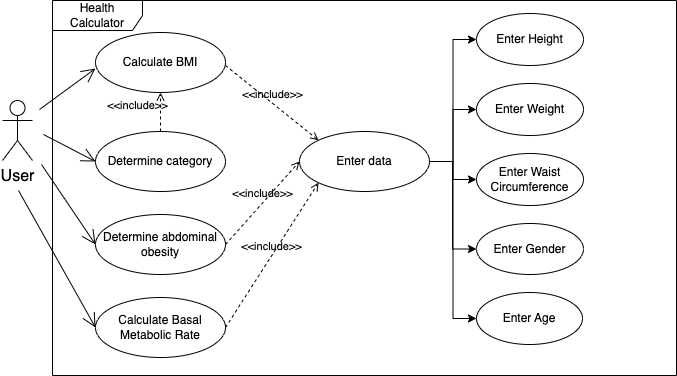
This is Doc/CasosDeUso.png from susanfg/bmicalc, a draw.io export, as it was before one commit. Source tidied: cells renumbered, new cells last; positions are measured from the earlier drawing's top-left corner, leaving out a move shared by most shapes.
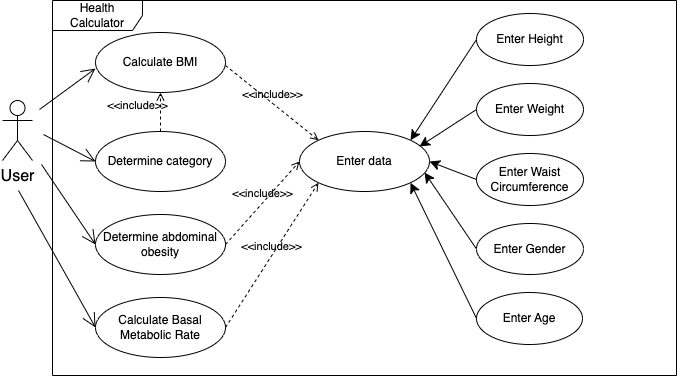
After the commit.

The edit, as a diff of the source:
```diff
@@ -38,15 +38,24 @@
         <mxPoint x="223" y="65" as="sourcePoint" />
       </mxGeometry>
     </mxCell>
+    <mxCell id="27" style="edgeStyle=none;curved=1;rounded=0;jettySize=auto;html=1;exitX=0;exitY=0.5;exitDx=0;exitDy=0;entryX=1;entryY=0;entryDx=0;entryDy=0;fontSize=12;startSize=8;endSize=8;" parent="1" edge="1" source="11" target="26">
+      <mxGeometry relative="1" as="geometry" />
+    </mxCell>
     <mxCell id="11" value="Enter Height" style="ellipse;whiteSpace=wrap;html=1;" parent="1" vertex="1">
       <mxGeometry x="474" y="13" width="107" height="52" as="geometry" />
     </mxCell>
+    <mxCell id="28" style="edgeStyle=none;curved=1;rounded=0;jettySize=auto;html=1;exitX=0;exitY=0.5;exitDx=0;exitDy=0;entryX=1;entryY=0.5;entryDx=0;entryDy=0;fontSize=12;startSize=8;endSize=8;" parent="1" edge="1" source="12" target="26">
+      <mxGeometry relative="1" as="geometry" />
+    </mxCell>
     <mxCell id="12" value="Enter Waist Circumference" style="ellipse;whiteSpace=wrap;html=1;" parent="1" vertex="1">
       <mxGeometry x="474" y="153" width="107" height="52" as="geometry" />
     </mxCell>
     <mxCell id="13" value="&amp;lt;&amp;lt;include&amp;gt;&amp;gt;" style="html=1;verticalAlign=bottom;labelBackgroundColor=none;endArrow=open;endFill=0;dashed=1;rounded=0;exitX=1;exitY=0.5;exitDx=0;exitDy=0;entryX=0;entryY=0.5;entryDx=0;entryDy=0;" parent="1" edge="1" source="5" target="26">
       <mxGeometry relative="1" as="geometry" />
     </mxCell>
+    <mxCell id="29" style="edgeStyle=none;curved=1;rounded=0;jettySize=auto;html=1;exitX=0;exitY=0.5;exitDx=0;exitDy=0;entryX=0.962;entryY=0.683;entryDx=0;entryDy=0;entryPerimeter=0;fontSize=12;startSize=8;endSize=8;" parent="1" edge="1" source="14" target="26">
+      <mxGeometry relative="1" as="geometry" />
+    </mxCell>
     <mxCell id="14" value="Enter Gender" style="ellipse;whiteSpace=wrap;html=1;" parent="1" vertex="1">
       <mxGeometry x="474" y="223" width="107" height="51" as="geometry" />
     </mxCell>
@@ -56,6 +65,9 @@
     <mxCell id="16" value="&amp;lt;&amp;lt;include&amp;gt;&amp;gt;" style="html=1;verticalAlign=bottom;labelBackgroundColor=none;endArrow=open;endFill=0;dashed=1;rounded=0;exitX=1;exitY=0.5;exitDx=0;exitDy=0;entryX=0;entryY=1;entryDx=0;entryDy=0;" parent="1" edge="1" source="15" target="26">
       <mxGeometry relative="1" as="geometry" />
     </mxCell>
+    <mxCell id="30" style="edgeStyle=none;curved=1;rounded=0;jettySize=auto;html=1;exitX=0;exitY=0.5;exitDx=0;exitDy=0;entryX=1;entryY=1;entryDx=0;entryDy=0;fontSize=12;startSize=8;endSize=8;" parent="1" edge="1" source="17" target="26">
+      <mxGeometry relative="1" as="geometry" />
+    </mxCell>
     <mxCell id="17" value="Enter Age" style="ellipse;whiteSpace=wrap;html=1;" parent="1" vertex="1">
       <mxGeometry x="474" y="292" width="106" height="52" as="geometry" />
     </mxCell>
@@ -67,29 +79,12 @@
     <mxCell id="19" value="&amp;lt;&amp;lt;include&amp;gt;&amp;gt;" style="html=1;verticalAlign=bottom;labelBackgroundColor=none;endArrow=open;endFill=0;dashed=1;rounded=0;exitX=0.5;exitY=0;exitDx=0;exitDy=0;entryX=0.5;entryY=1;entryDx=0;entryDy=0;" parent="1" edge="1" source="4" target="3">
       <mxGeometry x="-0.11" y="23" relative="1" as="geometry" />
     </mxCell>
+    <mxCell id="31" style="edgeStyle=none;curved=1;rounded=0;jettySize=auto;html=1;exitX=0;exitY=0.5;exitDx=0;exitDy=0;entryX=0.923;entryY=0.25;entryDx=0;entryDy=0;entryPerimeter=0;fontSize=12;startSize=8;endSize=8;" parent="1" edge="1" source="20" target="26">
+      <mxGeometry relative="1" as="geometry" />
+    </mxCell>
     <mxCell id="20" value="Enter Weight" style="ellipse;whiteSpace=wrap;html=1;" parent="1" vertex="1">
       <mxGeometry x="474" y="83" width="107" height="52" as="geometry" />
     </mxCell>
-    <mxCell id="21" style="edgeStyle=orthogonalEdgeStyle;rounded=0;jettySize=auto;html=1;" parent="1" edge="1" source="26" target="20">
-      <mxGeometry relative="1" as="geometry" />
-    </mxCell>
-    <mxCell id="22" style="edgeStyle=orthogonalEdgeStyle;rounded=0;jettySize=auto;html=1;entryX=0;entryY=0.5;entryDx=0;entryDy=0;" parent="1" edge="1" source="26" target="12">
-      <mxGeometry relative="1" as="geometry" />
-    </mxCell>
-    <mxCell id="23" style="edgeStyle=orthogonalEdgeStyle;rounded=0;jettySize=auto;html=1;entryX=0;entryY=0.5;entryDx=0;entryDy=0;" parent="1" edge="1" source="26" target="11">
-      <mxGeometry relative="1" as="geometry" />
-    </mxCell>
-    <mxCell id="24" style="edgeStyle=orthogonalEdgeStyle;rounded=0;jettySize=auto;html=1;entryX=0;entryY=0.5;entryDx=0;entryDy=0;" parent="1" edge="1" source="26" target="14">
-      <mxGeometry relative="1" as="geometry">
-        <Array as="points">
-          <mxPoint x="450" y="161" />
-          <mxPoint x="450" y="249" />
-        </Array>
-      </mxGeometry>
-    </mxCell>
-    <mxCell id="25" style="edgeStyle=orthogonalEdgeStyle;rounded=0;jettySize=auto;html=1;entryX=0;entryY=0.5;entryDx=0;entryDy=0;" parent="1" edge="1" source="26" target="17">
-      <mxGeometry relative="1" as="geometry" />
-    </mxCell>
     <mxCell id="26" value="Enter data" style="ellipse;whiteSpace=wrap;html=1;" parent="1" vertex="1">
       <mxGeometry x="297" y="131" width="130" height="60" as="geometry" />
     </mxCell>
```
